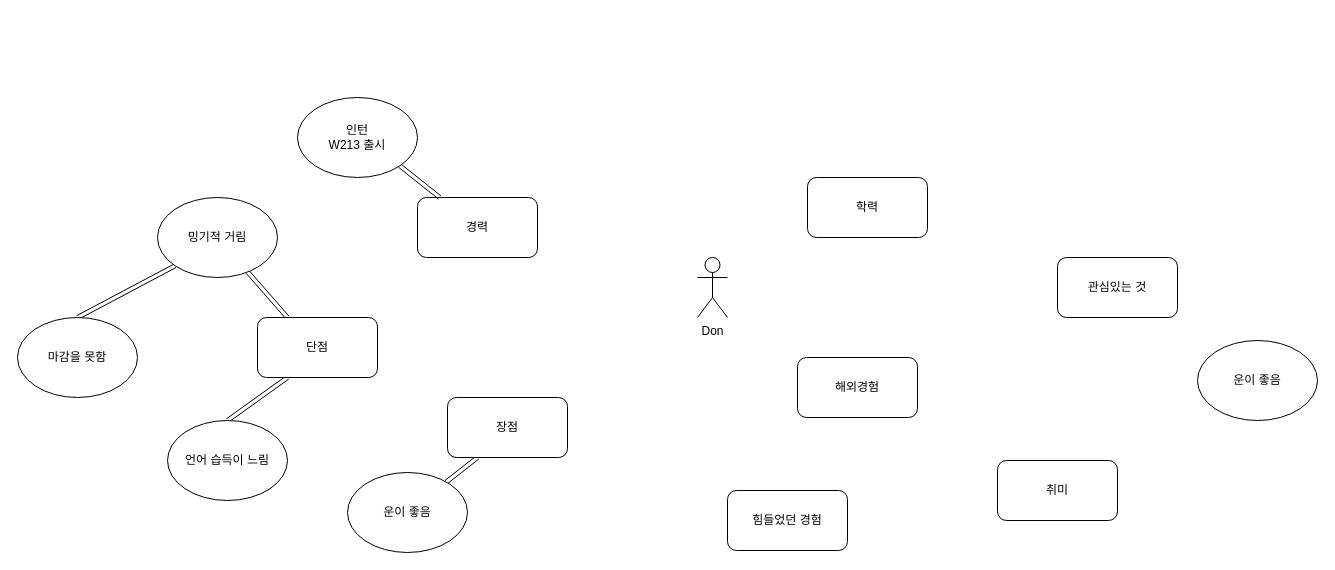
Above: Untitled Diagram.drawio in ehsqkd1324/don (draw.io), before the change. Source tidied: cells renumbered, new cells numbered last; positions are measured from the earlier drawing's top-left corner, leaving out a move shared by most shapes. Both pictures are drawn from the tidied source at 100%, with x=0, y=0 at pixel (17, 97).
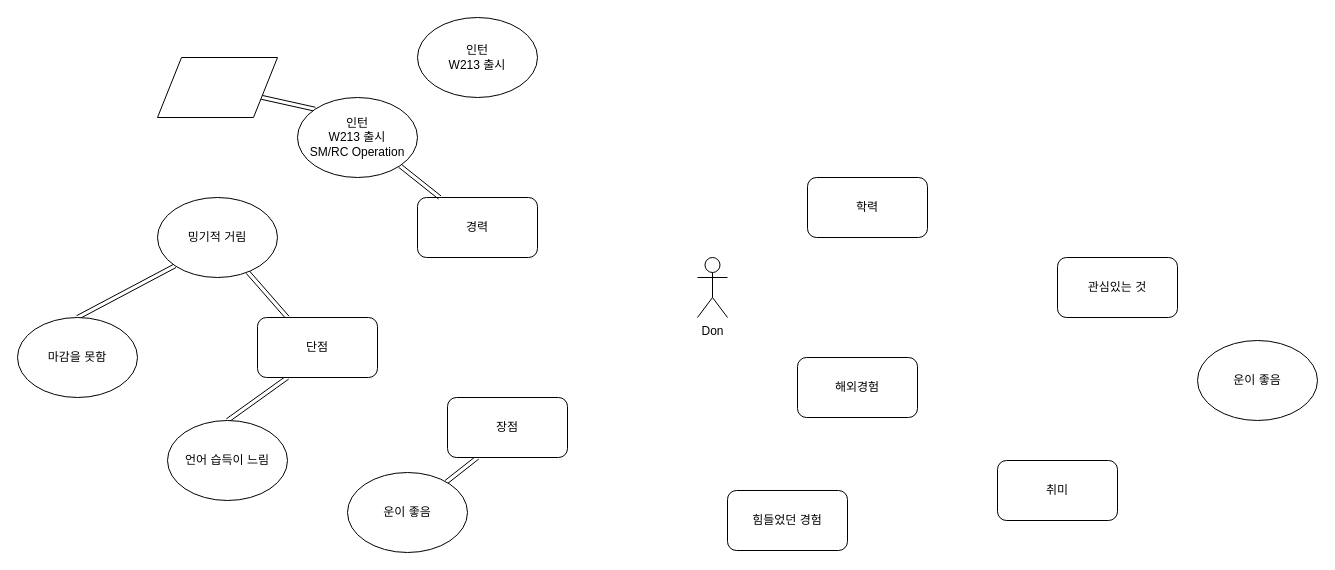
The same page after the edit.

What changed in the source:
```diff
@@
+    <mxCell id="22" style="edgeStyle=none;shape=link;rounded=0;jettySize=auto;html=1;exitX=0;exitY=0;exitDx=0;exitDy=0;" parent="1" edge="1" source="21" target="24">
+      <mxGeometry relative="1" as="geometry" />
+    </mxCell>
-    <mxCell id="21" value="&lt;div&gt;인턴&lt;/div&gt;W213 출시" style="ellipse;whiteSpace=wrap;html=1;" parent="1" vertex="1">
+    <mxCell id="21" value="&lt;div&gt;인턴&lt;/div&gt;&lt;div&gt;W213 출시&lt;/div&gt;&lt;div&gt;SM/RC Operation&lt;/div&gt;" style="ellipse;whiteSpace=wrap;html=1;" parent="1" vertex="1">
       <mxGeometry x="280" width="120" height="80" as="geometry" />
     </mxCell>
+    <mxCell id="23" value="&lt;div&gt;인턴&lt;/div&gt;W213 출시" style="ellipse;whiteSpace=wrap;html=1;" parent="1" vertex="1">
+      <mxGeometry x="400" y="-80" width="120" height="80" as="geometry" />
+    </mxCell>
+    <mxCell id="24" style="shape=parallelogram;perimeter=parallelogramPerimeter;whiteSpace=wrap;html=1;" parent="1" vertex="1">
+      <mxGeometry x="140" y="-40" width="120" height="60" as="geometry" />
+    </mxCell>
```
